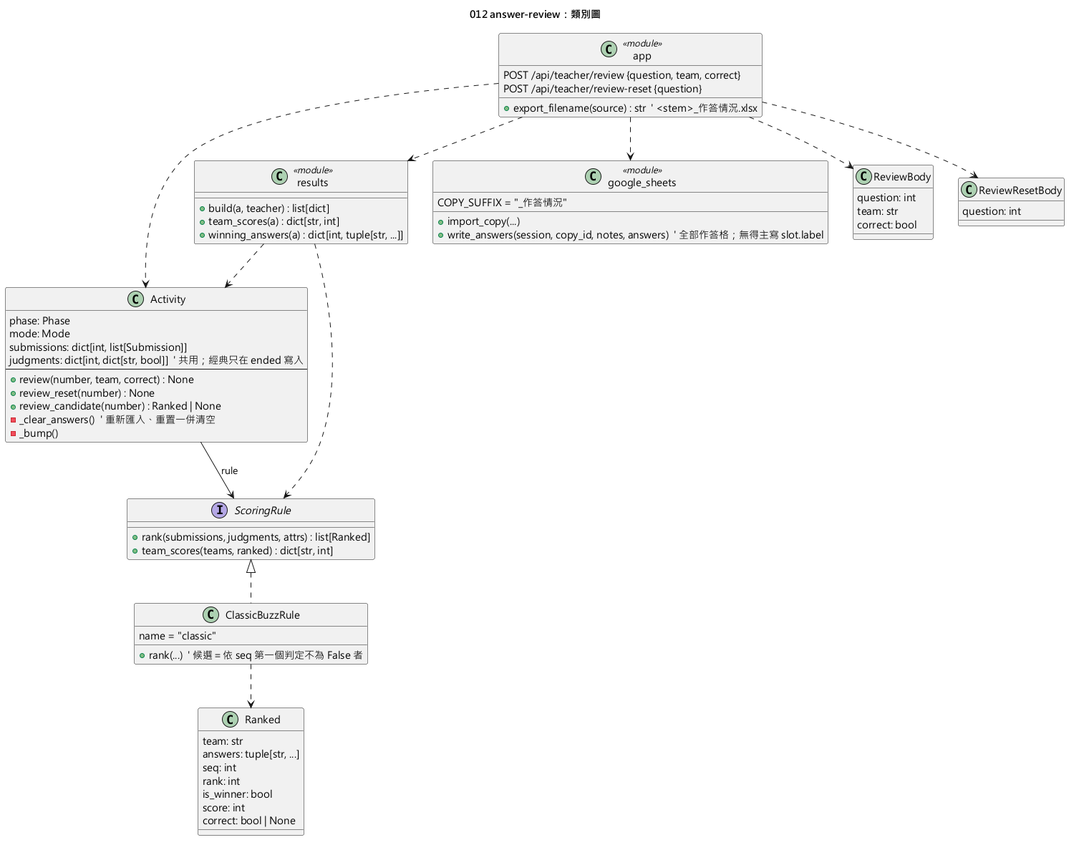
Before: diagrams/012-answer-review-class.png, a diagram exported from PlantUML (yue083139/software_fin-speckit).
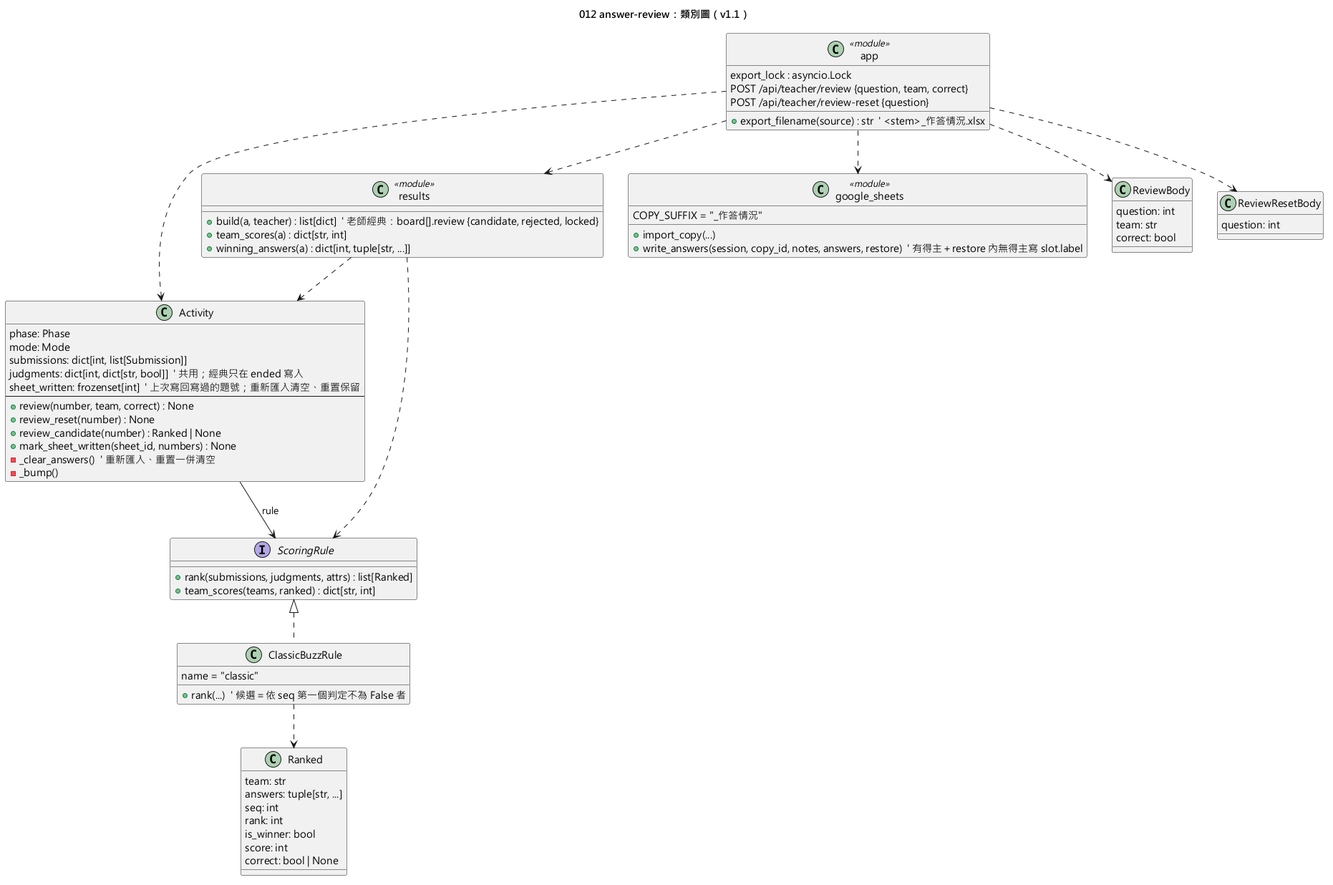
Above is the later version.

Change to the diagram source:
```diff
@@ -1,16 +1,18 @@
 @startuml 012-answer-review-class
 skinparamlocked defaultFontName Microsoft JhengHei
-title 012 answer-review：類別圖
+title 012 answer-review：類別圖（v1.1）
 
 class Activity {
   phase: Phase
   mode: Mode
   submissions: dict[int, list[Submission]]
   judgments: dict[int, dict[str, bool]]  ' 共用；經典只在 ended 寫入
+  sheet_written: frozenset[int]  ' 上次寫回寫過的題號；重新匯入清空、重置保留
   --
   + review(number, team, correct) : None
   + review_reset(number) : None
   + review_candidate(number) : Ranked | None
+  + mark_sheet_written(sheet_id, numbers) : None
   - _clear_answers()  ' 重新匯入、重置一併清空
   - _bump()
 }
@@ -36,7 +38,7 @@
 }
 
 class "results" as Results <<module>> {
-  + build(a, teacher) : list[dict]
+  + build(a, teacher) : list[dict]  ' 老師經典：board[].review {candidate, rejected, locked}
   + team_scores(a) : dict[str, int]
   + winning_answers(a) : dict[int, tuple[str, ...]]
 }
@@ -44,11 +46,12 @@
 class "google_sheets" as GS <<module>> {
   COPY_SUFFIX = "_作答情況"
   + import_copy(...)
-  + write_answers(session, copy_id, notes, answers)  ' 全部作答格；無得主寫 slot.label
+  + write_answers(session, copy_id, notes, answers, restore)  ' 有得主＋restore 內無得主寫 slot.label
 }
 
 class "app" as App <<module>> {
   + export_filename(source) : str  ' <stem>_作答情況.xlsx
+  export_lock : asyncio.Lock
   POST /api/teacher/review {question, team, correct}
   POST /api/teacher/review-reset {question}
 }
```
